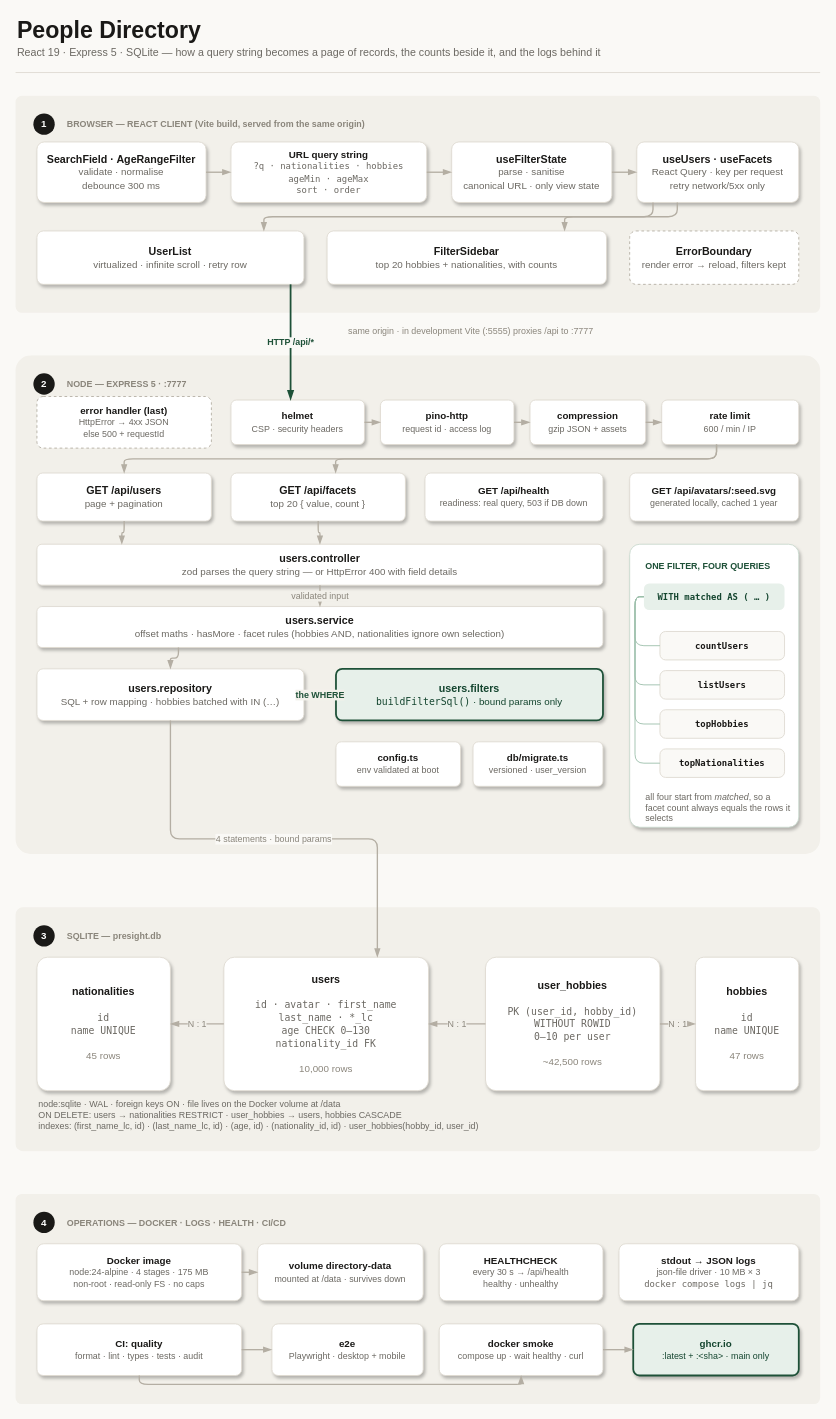
Earlier version of the draw.io diagram docs/architecture.drawio (maxim-abuzarov/presight). Source tidied: cells renumbered, new cells numbered last; positions are measured from the earlier drawing's top-left corner, leaving out a move shared by most shapes. Both pictures are drawn from the tidied source at 89%, with x=0, y=0 at pixel (15, 15).
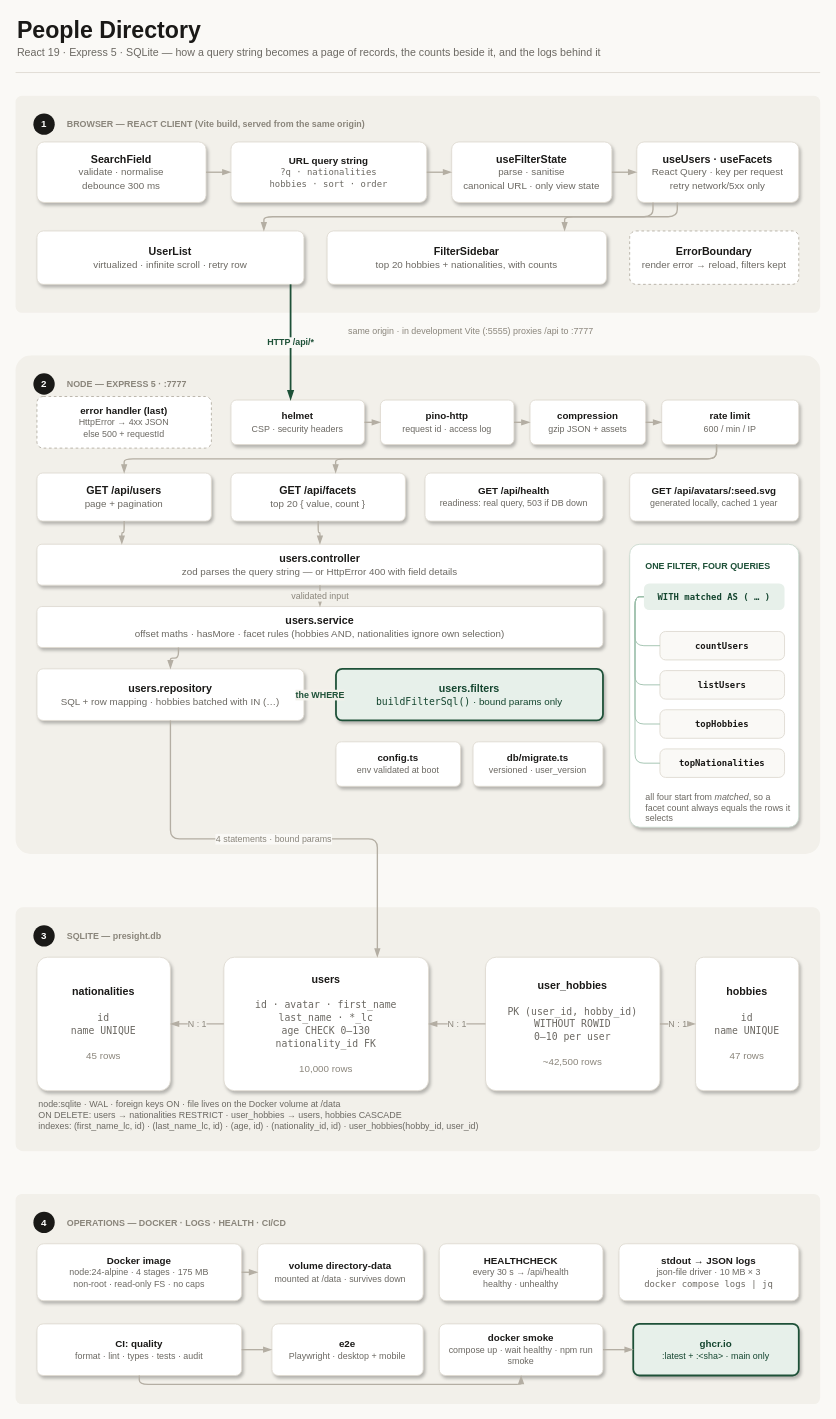
The same diagram, later.

Diff of the diagram source:
```diff
@@
-    <mxCell id="8" value="&lt;b&gt;SearchField · AgeRangeFilter&lt;/b&gt;&lt;br&gt;&lt;span style=&quot;color:#6B6862;font-size:11px;&quot;&gt;validate · normalise&lt;br&gt;debounce 300 ms&lt;/span&gt;" style="rounded=1;arcSize=12;whiteSpace=wrap;html=1;fillColor=#FFFFFF;strokeColor=#DFDAD1;shadow=1;fontSize=12;fontColor=#1A1917;fontFamily=Helvetica;spacing=6;" parent="1" vertex="1">
+    <mxCell id="8" value="&lt;b&gt;SearchField&lt;/b&gt;&lt;br&gt;&lt;span style=&quot;color:#6B6862;font-size:11px;&quot;&gt;validate · normalise&lt;br&gt;debounce 300 ms&lt;/span&gt;" style="rounded=1;arcSize=12;whiteSpace=wrap;html=1;fillColor=#FFFFFF;strokeColor=#DFDAD1;shadow=1;fontSize=12;fontColor=#1A1917;fontFamily=Helvetica;spacing=6;" parent="1" vertex="1">
       <mxGeometry x="24" y="142" width="190" height="68" as="geometry" />
     </mxCell>
-    <mxCell id="9" value="&lt;b&gt;URL query string&lt;/b&gt;&lt;br&gt;&lt;span style=&quot;color:#6B6862;font-size:10px;font-family:Menlo,monospace;&quot;&gt;?q · nationalities · hobbies&lt;br&gt;ageMin · ageMax&lt;br&gt;sort · order&lt;/span&gt;" style="rounded=1;arcSize=12;whiteSpace=wrap;html=1;fillColor=#FFFFFF;strokeColor=#DFDAD1;shadow=1;fontSize=11;fontColor=#1A1917;fontFamily=Helvetica;spacing=6;" parent="1" vertex="1">
+    <mxCell id="9" value="&lt;b&gt;URL query string&lt;/b&gt;&lt;br&gt;&lt;span style=&quot;color:#6B6862;font-size:10px;font-family:Menlo,monospace;&quot;&gt;?q · nationalities&lt;br&gt;hobbies · sort · order&lt;/span&gt;" style="rounded=1;arcSize=12;whiteSpace=wrap;html=1;fillColor=#FFFFFF;strokeColor=#DFDAD1;shadow=1;fontSize=11;fontColor=#1A1917;fontFamily=Helvetica;spacing=6;" parent="1" vertex="1">
       <mxGeometry x="242" y="142" width="220" height="68" as="geometry" />
     </mxCell>
@@
-    <mxCell id="83" value="&lt;b&gt;docker smoke&lt;/b&gt;&lt;br&gt;&lt;span style=&quot;color:#6B6862;font-size:10px;&quot;&gt;compose up · wait healthy · curl&lt;/span&gt;" style="rounded=1;arcSize=12;whiteSpace=wrap;html=1;fillColor=#FFFFFF;strokeColor=#DFDAD1;shadow=1;fontSize=11;fontColor=#1A1917;fontFamily=Helvetica;spacing=6;" parent="1" vertex="1">
+    <mxCell id="83" value="&lt;b&gt;docker smoke&lt;/b&gt;&lt;br&gt;&lt;span style=&quot;color:#6B6862;font-size:10px;&quot;&gt;compose up · wait healthy · npm run smoke&lt;/span&gt;" style="rounded=1;arcSize=12;whiteSpace=wrap;html=1;fillColor=#FFFFFF;strokeColor=#DFDAD1;shadow=1;fontSize=11;fontColor=#1A1917;fontFamily=Helvetica;spacing=6;" parent="1" vertex="1">
       <mxGeometry x="476" y="1470" width="184" height="58" as="geometry" />
     </mxCell>
```
